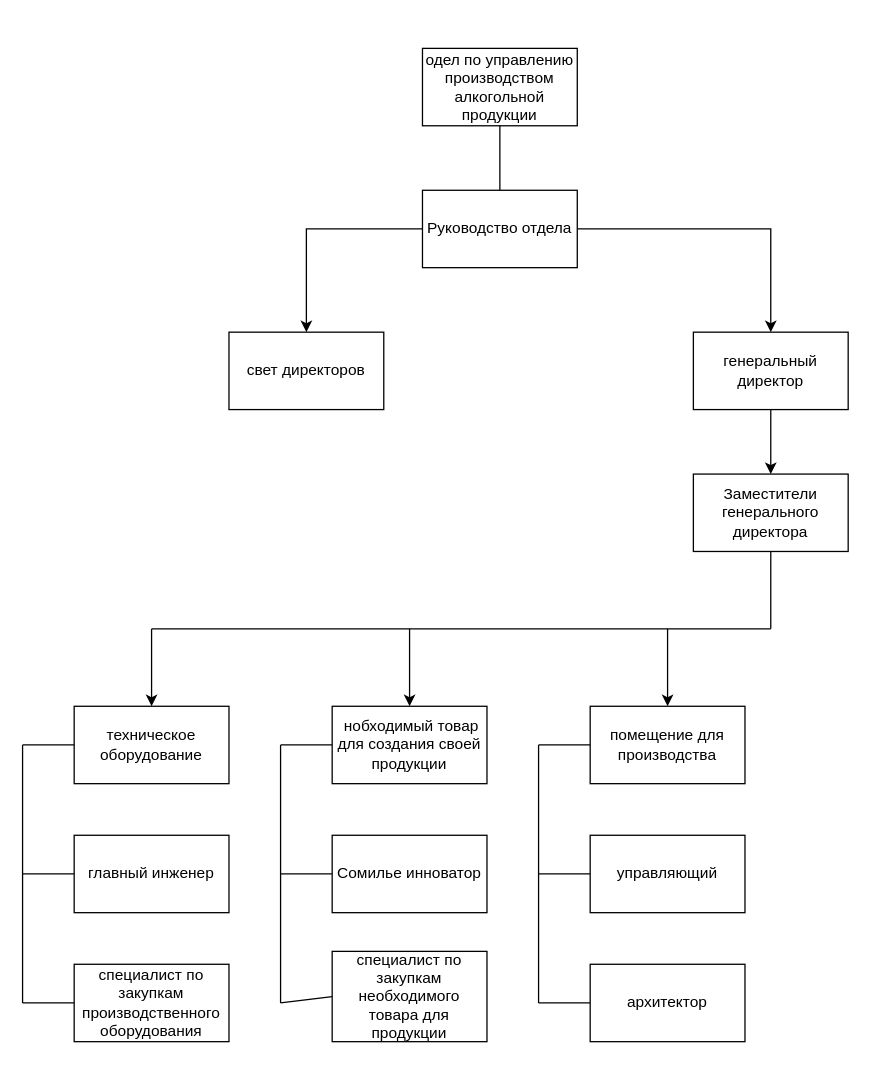
Earlier version of the draw.io diagram Орструктура предприятия/Отдел по управлению производство/ff.drawio (GuliGuli228/KIS). Source tidied: cells renumbered, new cells numbered last; positions are measured from the earlier drawing's top-left corner, leaving out a move shared by most shapes. Both pictures are drawn from the tidied source at 129%, with x=0, y=0 at pixel (22, 48).
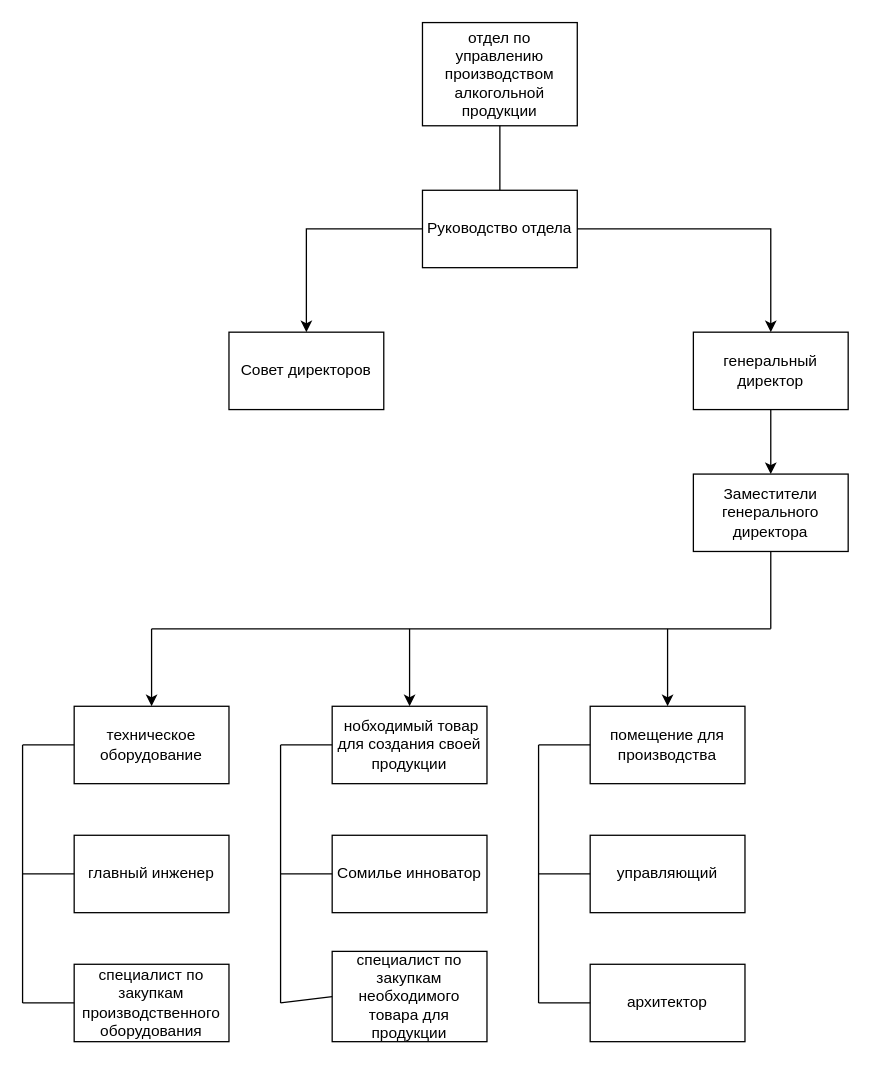
After the change.

Commit message (it also covers changes not shown here):
Изначальная диаграмма

The edit, as a diff of the source:
```diff
@@
-    <mxCell id="2" value="одел по управлению производством алкогольной продукции" style="rounded=0;whiteSpace=wrap;html=1;" parent="1" vertex="1">
-      <mxGeometry x="310" width="120" height="60" as="geometry" />
+    <mxCell id="2" value="отдел по управлению производством алкогольной продукции" style="rounded=0;whiteSpace=wrap;html=1;" parent="1" vertex="1">
+      <mxGeometry x="310" y="-20" width="120" height="80" as="geometry" />
     </mxCell>
@@
-    <mxCell id="6" value="свет директоров" style="rounded=0;whiteSpace=wrap;html=1;" parent="1" vertex="1">
+    <mxCell id="6" value="Совет директоров" style="rounded=0;whiteSpace=wrap;html=1;" parent="1" vertex="1">
       <mxGeometry x="160" y="220" width="120" height="60" as="geometry" />
     </mxCell>
```
